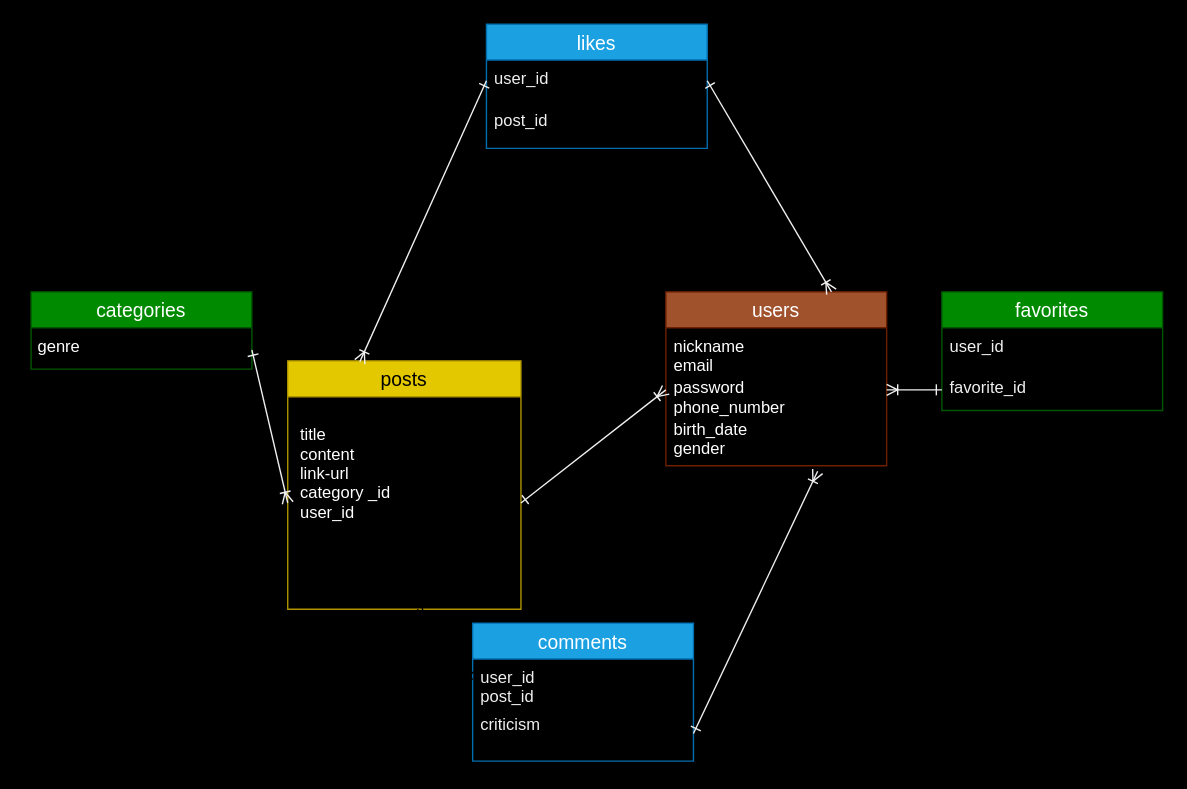
This is ER.dio from k-en7188i/original-app1, a draw.io file, before an edit. Source tidied: cells renumbered, new cells numbered last; positions are measured from the earlier drawing's top-left corner, leaving out a move shared by most shapes. Both pictures are drawn from the tidied source at 138%, with x=0, y=0 at pixel (23, 23).
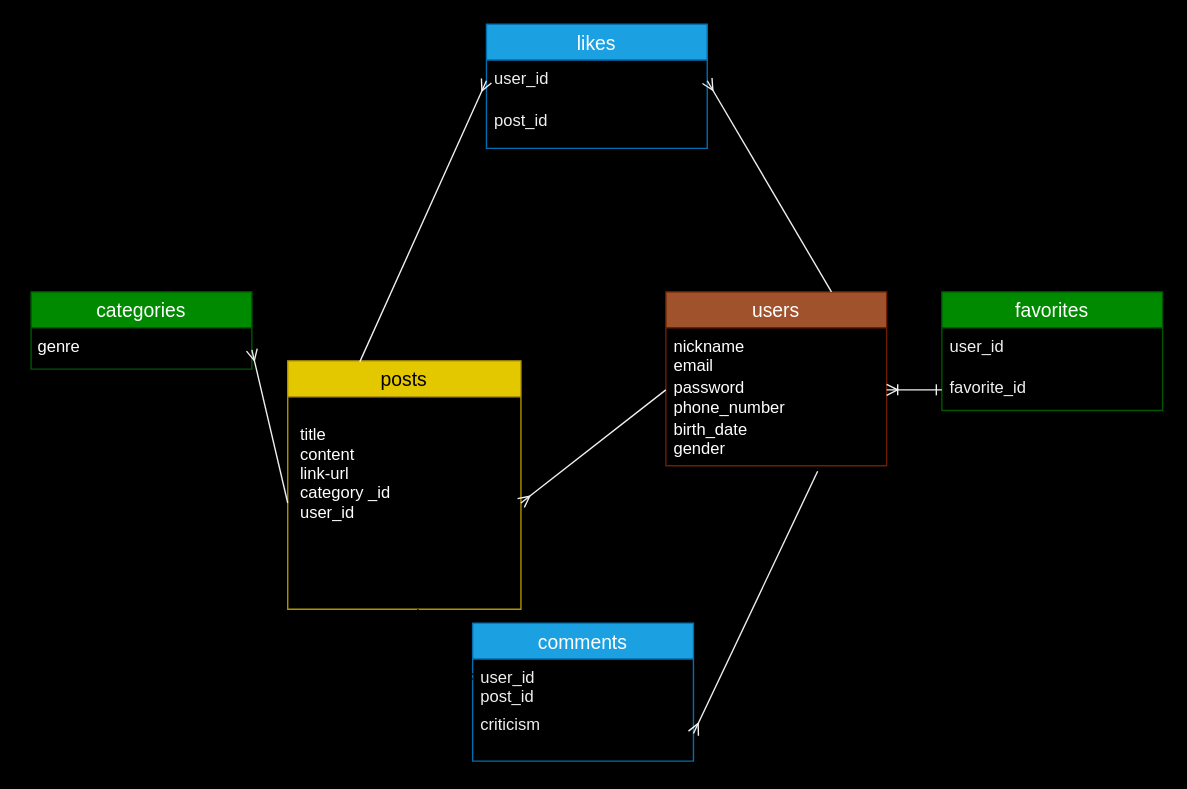
After the change.

Commit message (it also covers changes not shown here):
ER図、README修正

Unchanged cells that the change refers to:
```xml
<mxCell id="2" value="posts" style="swimlane;fontStyle=0;horizontal=1;startSize=26;align=center;fontSize=14;fillColor=#e3c800;fontColor=#000000;strokeColor=#B09500;" parent="1" vertex="1">
  <mxGeometry x="191" y="244" width="169" height="180" as="geometry" />
</mxCell>
<mxCell id="3" value=" &#10; title &#10; content&#10; link-url&#10; category _id&#10; user_id" style="text;strokeColor=none;fillColor=none;spacingLeft=4;spacingRight=4;overflow=hidden;points=[[0,0.5],[1,0.5]];portConstraint=eastwest;fontSize=12;fontColor=#FFFFFF;" parent="2" vertex="1">
  <mxGeometry y="26" width="169" height="154" as="geometry" />
</mxCell>
<mxCell id="6" value="criticism&#10;&#10;" style="text;strokeColor=none;fillColor=none;spacingLeft=4;spacingRight=4;overflow=hidden;points=[[0,0.5],[1,0.5]];portConstraint=eastwest;fontSize=12;fontColor=#F0F0F0;" parent="4" vertex="1">
  <mxGeometry y="60" width="160" height="40" as="geometry" />
</mxCell>
<mxCell id="8" value="user_id" style="text;strokeColor=none;fillColor=none;spacingLeft=4;spacingRight=4;overflow=hidden;points=[[0,0.5],[1,0.5]];portConstraint=eastwest;fontSize=12;labelBorderColor=none;verticalAlign=top;labelBackgroundColor=none;fontColor=#F0F0F0;" parent="7" vertex="1">
  <mxGeometry y="26" width="160" height="30" as="geometry" />
</mxCell>
<mxCell id="10" value="users" style="swimlane;fontStyle=0;horizontal=1;startSize=26;align=center;fontSize=14;fillColor=#a0522d;fontColor=#ffffff;strokeColor=#6D1F00;" parent="1" vertex="1">
  <mxGeometry x="465" y="194" width="160" height="126" as="geometry" />
</mxCell>
<mxCell id="12" value="password&#10;phone_number&#10;" style="text;strokeColor=none;fillColor=none;spacingLeft=4;spacingRight=4;overflow=hidden;points=[[0,0.5],[1,0.5]];portConstraint=eastwest;fontSize=12;fontColor=#FFFFFF;" parent="10" vertex="1">
  <mxGeometry y="56" width="160" height="30" as="geometry" />
</mxCell>
<mxCell id="14" value="categories" style="swimlane;fontStyle=0;horizontal=1;startSize=26;align=center;fontSize=14;fillColor=#008a00;fontColor=#ffffff;strokeColor=#005700;" parent="1" vertex="1">
  <mxGeometry x="5" y="194" width="160" height="56" as="geometry" />
</mxCell>
```

The edit, as a diff of the source:
```diff
@@
-    <mxCell id="19" style="edgeStyle=none;html=1;exitX=1;exitY=0.5;exitDx=0;exitDy=0;entryX=0.75;entryY=0;entryDx=0;entryDy=0;endArrow=ERoneToMany;endFill=0;startArrow=ERone;startFill=0;strokeColor=#F0F0F0;" parent="1" edge="1" source="8" target="10">
-      <mxGeometry relative="1" as="geometry" />
+    <mxCell id="19" style="edgeStyle=none;html=1;exitX=1;exitY=0.5;exitDx=0;exitDy=0;endArrow=none;endFill=0;startArrow=ERmany;startFill=0;strokeColor=#F0F0F0;" parent="1" edge="1" source="8">
+      <mxGeometry relative="1" as="geometry">
+        <mxPoint x="585" y="194" as="targetPoint" />
+      </mxGeometry>
     </mxCell>
-    <mxCell id="20" style="edgeStyle=none;html=1;exitX=0;exitY=0.5;exitDx=0;exitDy=0;entryX=0.309;entryY=0.004;entryDx=0;entryDy=0;entryPerimeter=0;endArrow=ERoneToMany;endFill=0;startArrow=ERone;startFill=0;strokeColor=#F0F0F0;" parent="1" edge="1" source="8" target="2">
+    <mxCell id="20" style="edgeStyle=none;html=1;exitX=0;exitY=0.5;exitDx=0;exitDy=0;entryX=0.309;entryY=0.004;entryDx=0;entryDy=0;entryPerimeter=0;endArrow=none;endFill=0;startArrow=ERmany;startFill=0;strokeColor=#F0F0F0;" parent="1" edge="1" source="8" target="2">
       <mxGeometry relative="1" as="geometry" />
     </mxCell>
-    <mxCell id="21" style="edgeStyle=none;html=1;exitX=1;exitY=0.5;exitDx=0;exitDy=0;entryX=0;entryY=0.5;entryDx=0;entryDy=0;startArrow=ERone;startFill=0;endArrow=ERoneToMany;endFill=0;strokeColor=#F0F0F0;" parent="1" edge="1" source="3" target="12">
+    <mxCell id="21" style="edgeStyle=none;html=1;exitX=1;exitY=0.5;exitDx=0;exitDy=0;entryX=0;entryY=0.5;entryDx=0;entryDy=0;startArrow=ERmany;startFill=0;endArrow=none;endFill=0;strokeColor=#F0F0F0;" parent="1" edge="1" source="3" target="12">
       <mxGeometry relative="1" as="geometry" />
     </mxCell>
-    <mxCell id="22" style="edgeStyle=none;html=1;exitX=1;exitY=0.5;exitDx=0;exitDy=0;startArrow=ERone;startFill=0;endArrow=ERoneToMany;endFill=0;strokeColor=#F0F0F0;" parent="1" edge="1" source="6">
+    <mxCell id="22" style="edgeStyle=none;html=1;exitX=1;exitY=0.5;exitDx=0;exitDy=0;startArrow=ERmany;startFill=0;endArrow=none;endFill=0;strokeColor=#F0F0F0;" parent="1" edge="1" source="6">
       <mxGeometry relative="1" as="geometry">
         <mxPoint x="575" y="324" as="targetPoint" />
       </mxGeometry>
     </mxCell>
@@
-    <mxCell id="24" style="edgeStyle=none;html=1;exitX=0;exitY=0.5;exitDx=0;exitDy=0;entryX=1;entryY=0.75;entryDx=0;entryDy=0;startArrow=ERoneToMany;startFill=0;endArrow=ERone;endFill=0;strokeColor=#F0F0F0;" parent="1" edge="1" source="3" target="14">
-      <mxGeometry relative="1" as="geometry" />
+    <mxCell id="24" style="edgeStyle=none;html=1;exitX=0;exitY=0.5;exitDx=0;exitDy=0;startArrow=none;startFill=0;endArrow=ERmany;endFill=0;strokeColor=#F0F0F0;" parent="1" edge="1" source="3">
+      <mxGeometry relative="1" as="geometry">
+        <mxPoint x="165" y="236" as="targetPoint" />
+      </mxGeometry>
     </mxCell>
-    <mxCell id="25" style="edgeStyle=none;html=1;endArrow=ERmany;endFill=0;startArrow=ERone;startFill=0;" parent="1" edge="1">
+    <mxCell id="25" style="edgeStyle=none;html=1;endArrow=none;endFill=0;startArrow=ERmany;startFill=0;" parent="1" edge="1">
       <mxGeometry relative="1" as="geometry">
         <mxPoint x="325" y="475" as="sourcePoint" />
         <mxPoint x="285" y="424" as="targetPoint" />
       </mxGeometry>
     </mxCell>
```
